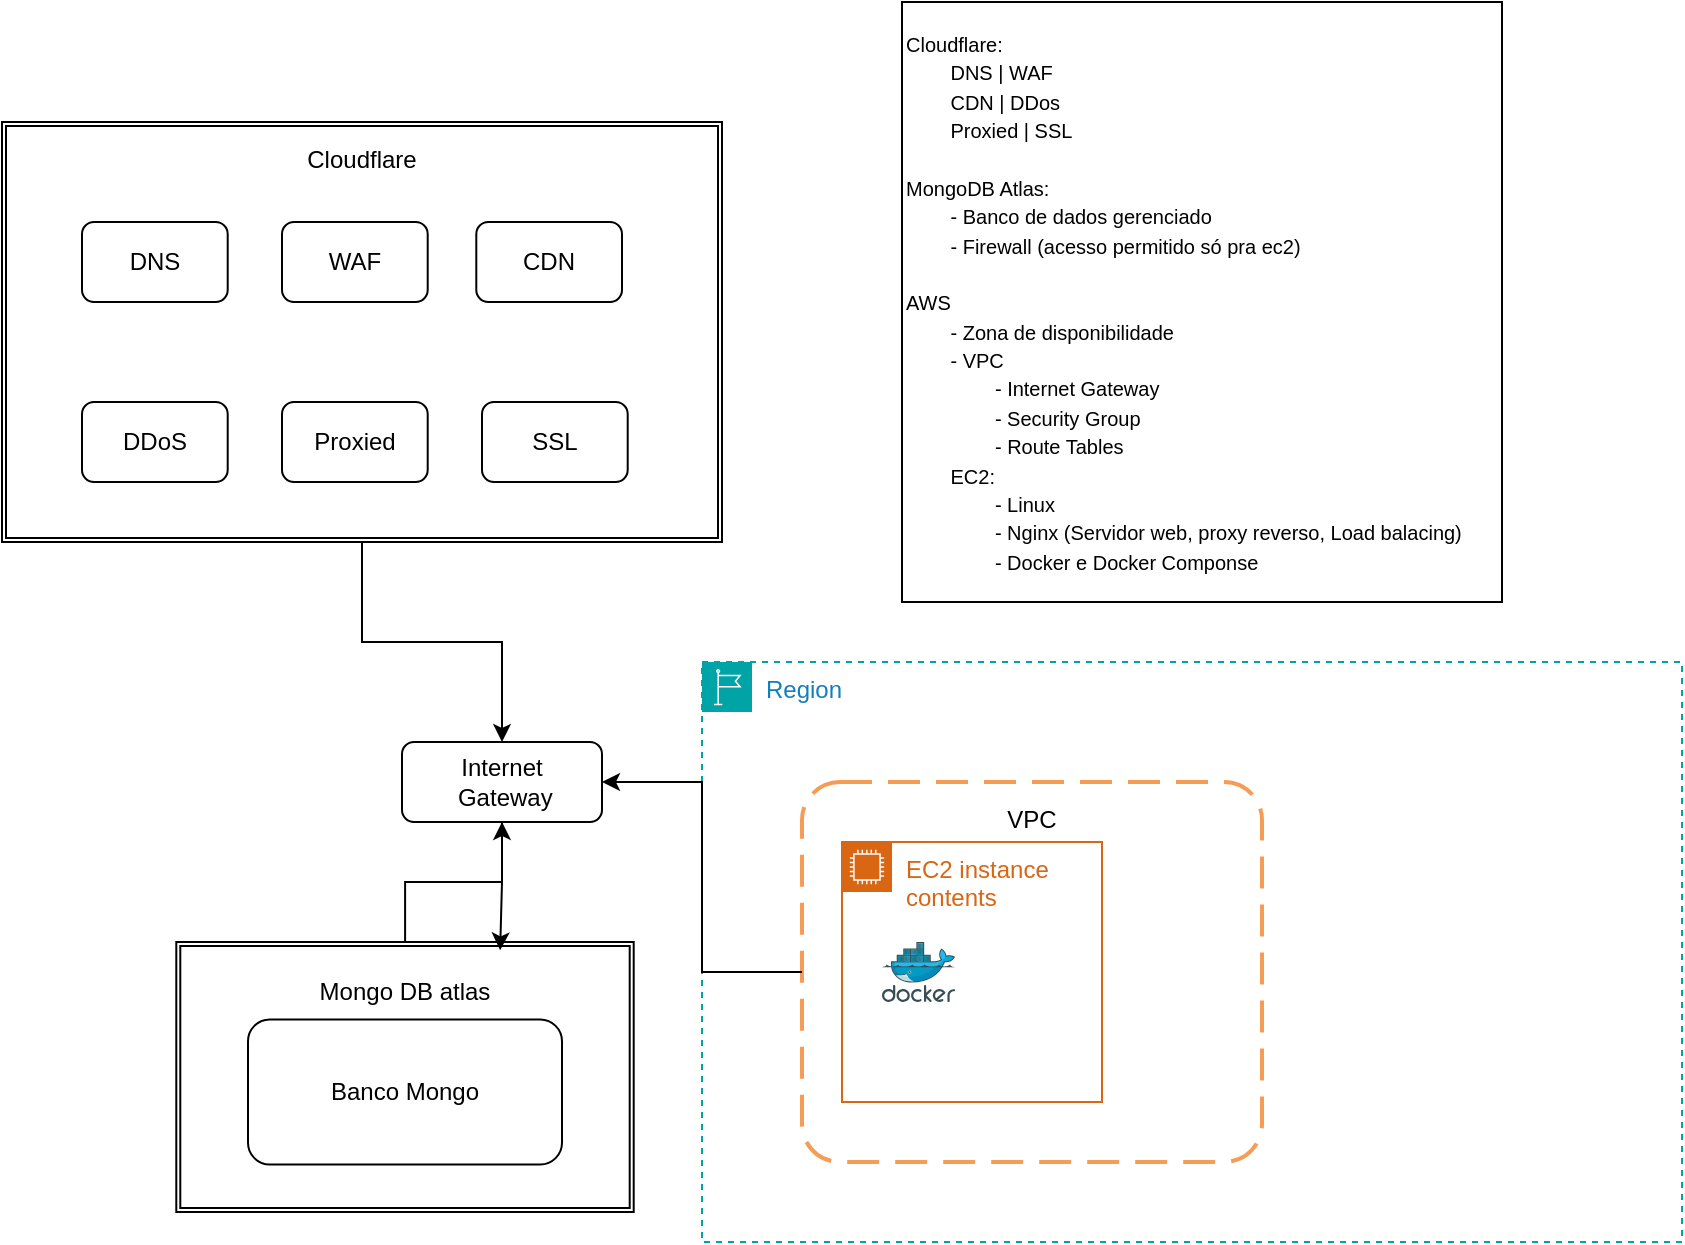
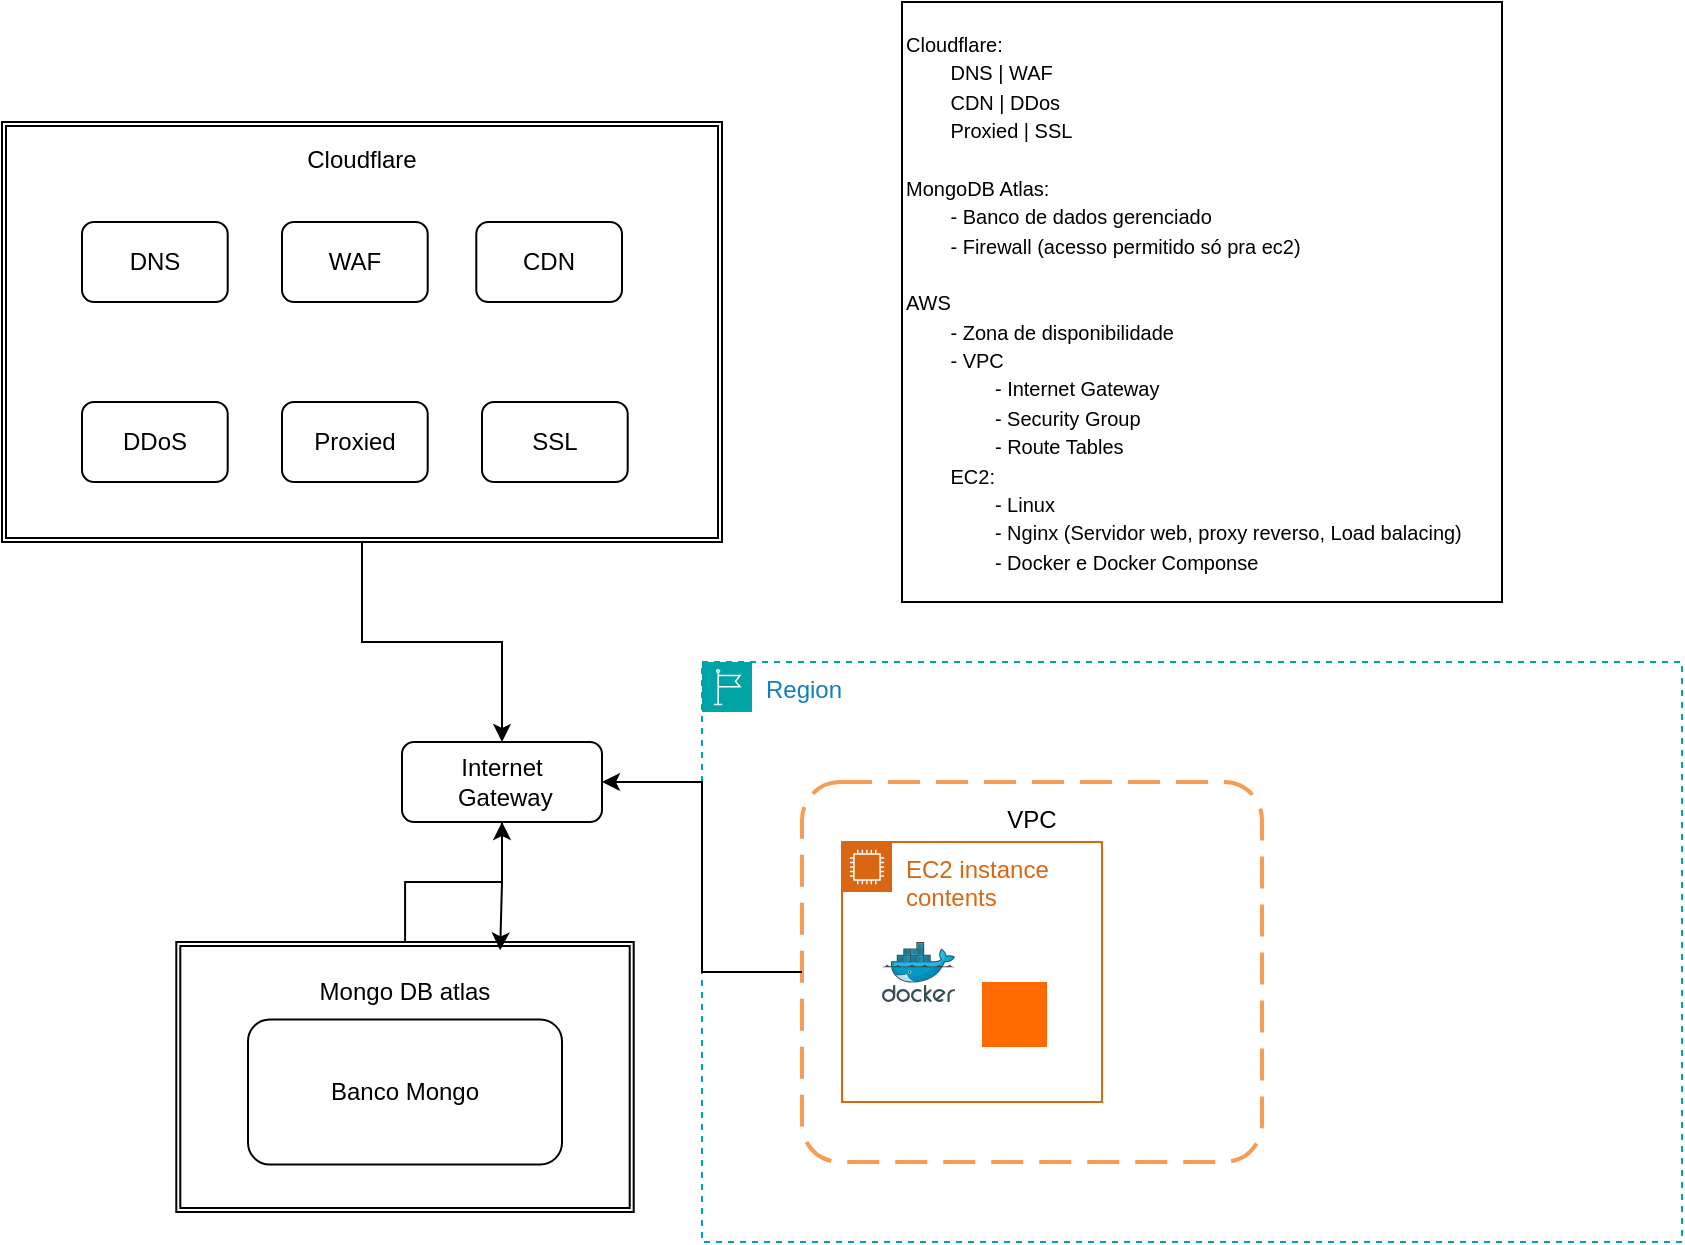
<mxfile host="app.diagrams.net">
  <diagram name="Página-1" id="4BvCFZMNRW9jHhfWI23w">
    <mxGraphModel dx="3711" dy="665" grid="1" gridSize="10" guides="1" tooltips="1" connect="1" arrows="1" fold="1" page="1" pageScale="1" pageWidth="827" pageHeight="1169" math="0" shadow="0">
      <root>
        <mxCell id="0" />
        <mxCell id="1" parent="0" />
        <mxCell id="YcGAJsm5HjixaCPBrkQE-1" parent="1" style="points=[[0,0],[0.25,0],[0.5,0],[0.75,0],[1,0],[1,0.25],[1,0.5],[1,0.75],[1,1],[0.75,1],[0.5,1],[0.25,1],[0,1],[0,0.75],[0,0.5],[0,0.25]];outlineConnect=0;gradientColor=none;html=1;whiteSpace=wrap;fontSize=12;fontStyle=0;container=1;pointerEvents=0;collapsible=0;recursiveResize=0;shape=mxgraph.aws4.group;grIcon=mxgraph.aws4.group_region;strokeColor=#00A4A6;fillColor=none;verticalAlign=top;align=left;spacingLeft=30;fontColor=#147EBA;dashed=1;" value="Region" vertex="1">
          <mxGeometry height="290" width="490" x="-2010" y="340" as="geometry" />
        </mxCell>
        <mxCell id="YcGAJsm5HjixaCPBrkQE-2" parent="YcGAJsm5HjixaCPBrkQE-1" style="rounded=1;arcSize=10;dashed=1;strokeColor=#F59D56;fillColor=none;gradientColor=none;dashPattern=8 4;strokeWidth=2;" value="&#xa;VPC&#xa;&#xa;&#xa;&#xa;&#xa;&#xa;&#xa;&#xa;&#xa;&#xa;&#xa;&#xa;" vertex="1">
          <mxGeometry height="190" width="230" x="50" y="60" as="geometry" />
        </mxCell>
        <mxCell id="YcGAJsm5HjixaCPBrkQE-3" parent="YcGAJsm5HjixaCPBrkQE-1" style="points=[[0,0],[0.25,0],[0.5,0],[0.75,0],[1,0],[1,0.25],[1,0.5],[1,0.75],[1,1],[0.75,1],[0.5,1],[0.25,1],[0,1],[0,0.75],[0,0.5],[0,0.25]];outlineConnect=0;gradientColor=none;html=1;whiteSpace=wrap;fontSize=12;fontStyle=0;container=1;pointerEvents=0;collapsible=0;recursiveResize=0;shape=mxgraph.aws4.group;grIcon=mxgraph.aws4.group_ec2_instance_contents;strokeColor=#D86613;fillColor=none;verticalAlign=top;align=left;spacingLeft=30;fontColor=#D86613;dashed=0;" value="EC2 instance contents" vertex="1">
          <mxGeometry height="130" width="130" x="70" y="90" as="geometry" />
+         </mxCell>
+         <mxCell id="IZ5L02Oai5kjVrxUc1_U-28" parent="YcGAJsm5HjixaCPBrkQE-3" style="points=[];aspect=fixed;html=1;align=center;shadow=0;dashed=0;fillColor=#FF6A00;strokeColor=none;shape=mxgraph.alibaba_cloud.aliyun_linux;" value="" vertex="1">
+           <mxGeometry height="32.5" width="32.5" x="70" y="70" as="geometry" />
        </mxCell>
        <mxCell id="IZ5L02Oai5kjVrxUc1_U-13" parent="YcGAJsm5HjixaCPBrkQE-1" style="image;sketch=0;aspect=fixed;html=1;points=[];align=center;fontSize=12;image=img/lib/mscae/Docker.svg;" value="" vertex="1">
          <mxGeometry height="30" width="36.58" x="90" y="140" as="geometry" />
        </mxCell>
        <mxCell id="YcGAJsm5HjixaCPBrkQE-7" parent="1" style="rounded=1;whiteSpace=wrap;html=1;" value="Internet&lt;div&gt;&amp;nbsp;Gateway&lt;/div&gt;" vertex="1">
          <mxGeometry height="40" width="100" x="-2160" y="380" as="geometry" />
        </mxCell>
        <mxCell id="IZ5L02Oai5kjVrxUc1_U-7" parent="1" style="rounded=1;whiteSpace=wrap;html=1;fillColor=none;" value="Banco Mongo" vertex="1">
          <mxGeometry height="72.5" width="157" x="-2237" y="518.75" as="geometry" />
        </mxCell>
        <mxCell id="IZ5L02Oai5kjVrxUc1_U-15" edge="1" parent="1" source="IZ5L02Oai5kjVrxUc1_U-8" style="edgeStyle=orthogonalEdgeStyle;rounded=0;orthogonalLoop=1;jettySize=auto;html=1;entryX=0.5;entryY=1;entryDx=0;entryDy=0;" target="YcGAJsm5HjixaCPBrkQE-7">
          <mxGeometry relative="1" as="geometry" />
        </mxCell>
        <mxCell id="IZ5L02Oai5kjVrxUc1_U-8" parent="1" style="shape=ext;double=1;rounded=0;whiteSpace=wrap;html=1;fillColor=none;" value="&lt;div&gt;&lt;br&gt;&lt;/div&gt;&lt;div&gt;Mongo DB atlas&lt;/div&gt;&lt;div&gt;&lt;br&gt;&lt;/div&gt;&lt;div&gt;&lt;br&gt;&lt;/div&gt;&lt;div&gt;&lt;br&gt;&lt;/div&gt;&lt;div&gt;&lt;br&gt;&lt;/div&gt;&lt;div&gt;&lt;br&gt;&lt;/div&gt;&lt;div&gt;&lt;br&gt;&lt;/div&gt;&lt;div&gt;&lt;br&gt;&lt;/div&gt;" vertex="1">
          <mxGeometry height="135" width="228.7" x="-2272.85" y="480" as="geometry" />
        </mxCell>
        <mxCell id="IZ5L02Oai5kjVrxUc1_U-16" edge="1" parent="1" source="YcGAJsm5HjixaCPBrkQE-7" style="edgeStyle=orthogonalEdgeStyle;rounded=0;orthogonalLoop=1;jettySize=auto;html=1;entryX=0.708;entryY=0.031;entryDx=0;entryDy=0;entryPerimeter=0;" target="IZ5L02Oai5kjVrxUc1_U-8">
          <mxGeometry relative="1" as="geometry">
            <Array as="points">
              <mxPoint x="-2110" y="450" />
              <mxPoint x="-2111" y="450" />
            </Array>
          </mxGeometry>
        </mxCell>
        <mxCell id="IZ5L02Oai5kjVrxUc1_U-17" edge="1" parent="1" source="YcGAJsm5HjixaCPBrkQE-2" style="edgeStyle=orthogonalEdgeStyle;rounded=0;orthogonalLoop=1;jettySize=auto;html=1;entryX=1;entryY=0.5;entryDx=0;entryDy=0;" target="YcGAJsm5HjixaCPBrkQE-7">
          <mxGeometry relative="1" as="geometry" />
        </mxCell>
        <mxCell id="IZ5L02Oai5kjVrxUc1_U-18" parent="1" style="rounded=1;whiteSpace=wrap;html=1;fillColor=none;" value="DNS" vertex="1">
          <mxGeometry height="40" width="72.85" x="-2320" y="120" as="geometry" />
        </mxCell>
        <mxCell id="IZ5L02Oai5kjVrxUc1_U-25" edge="1" parent="1" source="IZ5L02Oai5kjVrxUc1_U-19" style="edgeStyle=orthogonalEdgeStyle;rounded=0;orthogonalLoop=1;jettySize=auto;html=1;entryX=0.5;entryY=0;entryDx=0;entryDy=0;" target="YcGAJsm5HjixaCPBrkQE-7">
          <mxGeometry relative="1" as="geometry" />
        </mxCell>
        <mxCell id="IZ5L02Oai5kjVrxUc1_U-19" parent="1" style="shape=ext;double=1;rounded=0;whiteSpace=wrap;html=1;fillColor=none;" value="&lt;div&gt;&lt;br&gt;&lt;/div&gt;&lt;div&gt;Cloudflare&lt;/div&gt;&lt;div&gt;&lt;br&gt;&lt;/div&gt;&lt;div&gt;&lt;br&gt;&lt;/div&gt;&lt;div&gt;&lt;br&gt;&lt;/div&gt;&lt;div&gt;&lt;br&gt;&lt;/div&gt;&lt;div&gt;&lt;br&gt;&lt;/div&gt;&lt;div&gt;&lt;br&gt;&lt;/div&gt;&lt;div&gt;&lt;br&gt;&lt;/div&gt;&lt;div&gt;&lt;br&gt;&lt;/div&gt;&lt;div&gt;&lt;br&gt;&lt;/div&gt;&lt;div&gt;&lt;br&gt;&lt;/div&gt;&lt;div&gt;&lt;br&gt;&lt;/div&gt;&lt;div&gt;&lt;br&gt;&lt;/div&gt;&lt;div&gt;&lt;br&gt;&lt;/div&gt;" vertex="1">
          <mxGeometry height="210" width="360" x="-2360" y="70" as="geometry" />
        </mxCell>
        <mxCell id="IZ5L02Oai5kjVrxUc1_U-20" parent="1" style="rounded=1;whiteSpace=wrap;html=1;fillColor=none;" value="DDoS" vertex="1">
          <mxGeometry height="40" width="72.85" x="-2320" y="210" as="geometry" />
        </mxCell>
        <mxCell id="IZ5L02Oai5kjVrxUc1_U-21" parent="1" style="rounded=1;whiteSpace=wrap;html=1;fillColor=none;" value="WAF" vertex="1">
          <mxGeometry height="40" width="72.85" x="-2220" y="120" as="geometry" />
        </mxCell>
        <mxCell id="IZ5L02Oai5kjVrxUc1_U-22" parent="1" style="rounded=1;whiteSpace=wrap;html=1;fillColor=none;" value="Proxied" vertex="1">
          <mxGeometry height="40" width="72.85" x="-2220" y="210" as="geometry" />
        </mxCell>
        <mxCell id="IZ5L02Oai5kjVrxUc1_U-23" parent="1" style="rounded=1;whiteSpace=wrap;html=1;fillColor=none;" value="CDN" vertex="1">
          <mxGeometry height="40" width="72.85" x="-2122.85" y="120" as="geometry" />
        </mxCell>
        <mxCell id="IZ5L02Oai5kjVrxUc1_U-24" parent="1" style="rounded=1;whiteSpace=wrap;html=1;fillColor=none;" value="SSL" vertex="1">
          <mxGeometry height="40" width="72.85" x="-2120" y="210" as="geometry" />
        </mxCell>
        <mxCell id="IZ5L02Oai5kjVrxUc1_U-27" parent="1" style="rounded=0;whiteSpace=wrap;html=1;align=left;" value="&lt;font style=&quot;font-size: 10px;&quot;&gt;Cloudflare:&lt;br&gt;&lt;span style=&quot;white-space: pre;&quot;&gt;&#x9;&lt;/span&gt;DNS | WAF&lt;br&gt;&lt;span style=&quot;white-space: pre;&quot;&gt;&#x9;&lt;/span&gt;CDN | DDos&lt;br&gt;&lt;span style=&quot;white-space: pre;&quot;&gt;&#x9;&lt;/span&gt;Proxied | &lt;span style=&quot;text-align: center;&quot;&gt;SSL&lt;/span&gt;&lt;/font&gt;&lt;div&gt;&lt;span style=&quot;text-align: center;&quot;&gt;&lt;font style=&quot;font-size: 10px;&quot;&gt;&lt;br&gt;&lt;/font&gt;&lt;/span&gt;&lt;/div&gt;&lt;div&gt;&lt;span style=&quot;text-align: center;&quot;&gt;&lt;font style=&quot;font-size: 10px;&quot;&gt;MongoDB Atlas:&lt;/font&gt;&lt;/span&gt;&lt;/div&gt;&lt;div&gt;&lt;span style=&quot;text-align: center;&quot;&gt;&lt;font style=&quot;font-size: 10px;&quot;&gt;&lt;span style=&quot;white-space: pre;&quot;&gt;&#x9;&lt;/span&gt;- Banco de dados gerenciado&lt;/font&gt;&lt;/span&gt;&lt;/div&gt;&lt;div&gt;&lt;span style=&quot;text-align: center;&quot;&gt;&lt;font style=&quot;font-size: 10px;&quot;&gt;&lt;span style=&quot;white-space: pre;&quot;&gt;&#x9;&lt;/span&gt;- Firewall (acesso permitido só pra ec2)&lt;/font&gt;&lt;/span&gt;&lt;/div&gt;&lt;div&gt;&lt;span style=&quot;text-align: center;&quot;&gt;&lt;font style=&quot;font-size: 10px;&quot;&gt;&lt;br&gt;&lt;/font&gt;&lt;/span&gt;&lt;/div&gt;&lt;div&gt;&lt;span style=&quot;text-align: center;&quot;&gt;&lt;font style=&quot;font-size: 10px;&quot;&gt;AWS&lt;/font&gt;&lt;/span&gt;&lt;/div&gt;&lt;div&gt;&lt;span style=&quot;text-align: center;&quot;&gt;&lt;font style=&quot;font-size: 10px;&quot;&gt;&lt;span style=&quot;white-space: pre;&quot;&gt;&#x9;&lt;/span&gt;- Zona de disponibilidade&lt;br&gt;&lt;/font&gt;&lt;/span&gt;&lt;/div&gt;&lt;div&gt;&lt;span style=&quot;text-align: center;&quot;&gt;&lt;font style=&quot;font-size: 10px;&quot;&gt;&lt;span style=&quot;white-space: pre;&quot;&gt;&#x9;&lt;/span&gt;- VPC&lt;br&gt;&lt;/font&gt;&lt;/span&gt;&lt;/div&gt;&lt;div&gt;&lt;span style=&quot;text-align: center;&quot;&gt;&lt;font style=&quot;font-size: 10px;&quot;&gt;&lt;span style=&quot;white-space: pre;&quot;&gt;&#x9;&lt;span style=&quot;white-space: pre;&quot;&gt;&#x9;&lt;/span&gt;- &lt;/span&gt;Internet Gateway&lt;br&gt;&lt;/font&gt;&lt;/span&gt;&lt;/div&gt;&lt;div&gt;&lt;span style=&quot;text-align: center;&quot;&gt;&lt;font style=&quot;font-size: 10px;&quot;&gt;&lt;span style=&quot;white-space: pre;&quot;&gt;&#x9;&lt;/span&gt;&lt;span style=&quot;white-space: pre;&quot;&gt;&#x9;&lt;/span&gt;- Security Group&lt;br&gt;&lt;/font&gt;&lt;/span&gt;&lt;/div&gt;&lt;div&gt;&lt;font style=&quot;font-size: 10px;&quot;&gt;&lt;span style=&quot;text-align: center;&quot;&gt;&lt;span style=&quot;white-space: pre;&quot;&gt;&#x9;&lt;/span&gt;&lt;span style=&quot;white-space: pre;&quot;&gt;&#x9;&lt;/span&gt;- &lt;/span&gt;&lt;span style=&quot;background-color: transparent; color: light-dark(rgb(0, 0, 0), rgb(255, 255, 255));&quot;&gt;Route Tables&lt;/span&gt;&lt;span style=&quot;text-align: center;&quot;&gt;&lt;br&gt;&lt;/span&gt;&lt;/font&gt;&lt;/div&gt;&lt;div&gt;&lt;font style=&quot;font-size: 10px;&quot;&gt;&lt;span style=&quot;white-space: pre;&quot;&gt;&#x9;&lt;/span&gt;EC2:&lt;/font&gt;&lt;/div&gt;&lt;div&gt;&lt;font style=&quot;font-size: 10px;&quot;&gt;&lt;span style=&quot;white-space: pre;&quot;&gt;&#x9;&lt;span style=&quot;white-space: pre;&quot;&gt;&#x9;&lt;/span&gt;- Linux&lt;/span&gt;&lt;/font&gt;&lt;/div&gt;&lt;div&gt;&lt;font style=&quot;font-size: 10px;&quot;&gt;&lt;span style=&quot;white-space: pre;&quot;&gt;&#x9;&lt;/span&gt;&lt;span style=&quot;white-space: pre;&quot;&gt;&#x9;&lt;/span&gt;- Nginx (Servidor web, proxy reverso, Load balacing)&lt;br&gt;&lt;/font&gt;&lt;/div&gt;&lt;div&gt;&lt;font style=&quot;font-size: 10px;&quot;&gt;&lt;span style=&quot;white-space: pre;&quot;&gt;&#x9;&lt;/span&gt;&lt;span style=&quot;white-space: pre;&quot;&gt;&#x9;&lt;/span&gt;- Docker e Docker Componse&lt;/font&gt;&lt;/div&gt;" vertex="1">
          <mxGeometry height="300" width="300" x="-1910" y="10" as="geometry" />
        </mxCell>
      </root>
    </mxGraphModel>
  </diagram>
</mxfile>
